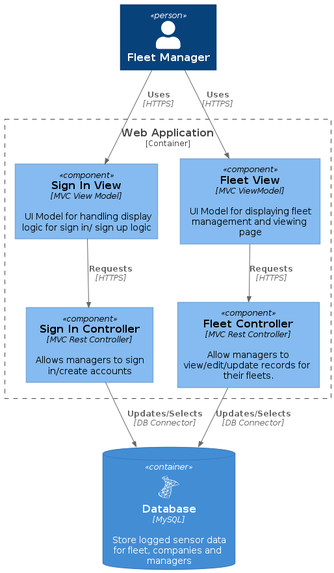
Earlier version of the PlantUML export docs/report/diag/webapp_component.png (tevoza/fleet-tracker).
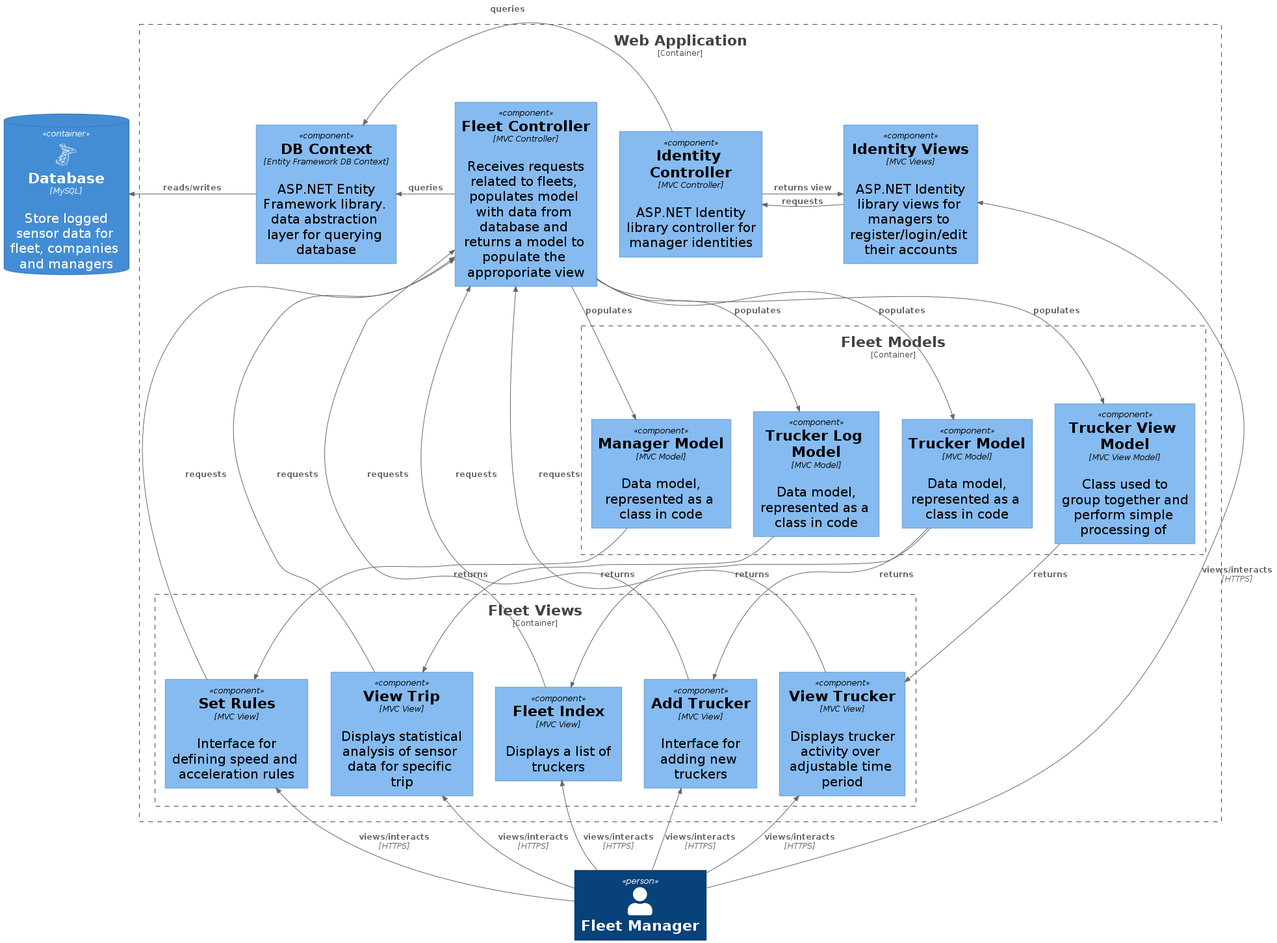
Above is the later version.

Diff of the diagram source:
```diff
@@ -1,4 +1,5 @@
 @startuml
+skinparam defaultFontSize 20
 !include https://raw.githubusercontent.com/plantuml-stdlib/C4-PlantUML/master/C4_Component.puml
 
 !define DEVICONS https://raw.githubusercontent.com/tupadr3/plantuml-icon-font-sprites/master/devicons
@@ -11,17 +12,58 @@
 Person(manager, "Fleet Manager")
 ContainerDb(db, "Database", "MySQL", "Store logged sensor data for fleet, companies and managers", $sprite="msql_server")
 Container_Boundary(cWebApp, "Web Application"){
-    Component(sign, "Sign In Controller", "MVC Rest Controller", "Allows managers to sign in/create accounts")
-    Component(signView, "Sign In View", "MVC View Model", "UI Model for handling display logic for sign in/ sign up logic")
-    Component(FleetController,"Fleet Controller", "MVC Rest Controller", "Allow managers to view/edit/update records for their fleets.")
-    Component(FleetView, "Fleet View", "MVC ViewModel", "UI Model for displaying fleet management and viewing page")
-    Rel(FleetView,FleetController, "Requests", "HTTPS")
-    Rel(signView,sign, "Requests", "HTTPS")
+
+    Component(FleetController,"Fleet Controller", "MVC Controller", "Receives requests related to fleets, populates model with data from database and returns a model to populate the approporiate view")
+    Component(IdentityController,"Identity Controller", "MVC Controller", "ASP.NET Identity library controller for manager identities")
+    Component(IdentityViews,"Identity Views", "MVC Views", "ASP.NET Identity library views for managers to register/login/edit their accounts")
+
+    Container_Boundary(cWebAppViews, "Fleet Views"){
+        Component(FleetViewIndex, "Fleet Index", "MVC View", "Displays a list of truckers")
+        Component(FleetViewAddTrucker, "Add Trucker", "MVC View", "Interface for adding new truckers")
+        Component(FleetViewSetRules, "Set Rules", "MVC View", "Interface for defining speed and acceleration rules")
+        Component(FleetViewViewTrucker, "View Trucker", "MVC View", "Displays trucker activity over adjustable time period")
+        Component(FleetViewViewTrip, "View Trip", "MVC View", "Displays statistical analysis of sensor data for specific trip")
+    }
+
+    Container_Boundary(cWebAppModels, "Fleet Models"){
+        Component(ModelManager, "Manager Model", "MVC Model", "Data model, represented as a class in code")
+        Component(ModelTrucker, "Trucker Model", "MVC Model", "Data model, represented as a class in code")
+        Component(ModelTruckerLog, "Trucker Log Model", "MVC Model", "Data model, represented as a class in code")
+        Component(ModelTruckerView, "Trucker View Model", "MVC View Model", "Class used to group together and perform simple processing of ")
+    }
+
+    Component(ApplicationDbContext, "DB Context", "Entity Framework DB Context", "ASP.NET Entity Framework library. data abstraction layer for querying database")
 }
 
-Rel(manager, FleetView, "Uses", "HTTPS")
-Rel(manager, signView, "Uses", "HTTPS")
-Rel(FleetController,db, "Updates/Selects", "DB Connector")
-Rel(sign,db, "Updates/Selects", "DB Connector")
+Rel_U(manager, FleetViewIndex, "views/interacts", "HTTPS")
+Rel_U(manager, FleetViewAddTrucker, "views/interacts", "HTTPS")
+Rel_U(manager, FleetViewSetRules, "views/interacts", "HTTPS")
+Rel_U(manager, FleetViewViewTrip, "views/interacts", "HTTPS")
+Rel_U(manager, FleetViewViewTrucker, "views/interacts", "HTTPS")
+
+Rel_U(manager, IdentityViews, "views/interacts", "HTTPS")
+Rel_L(IdentityViews, IdentityController, "requests")
+Rel_L(IdentityController, IdentityViews, "returns view")
+Rel_L(IdentityController,ApplicationDbContext, "queries")
+
+Rel_U(FleetViewIndex, FleetController, "requests")
+Rel_U(FleetViewAddTrucker, FleetController, "requests")
+Rel_U(FleetViewSetRules, FleetController, "requests")
+Rel_U(FleetViewViewTrip, FleetController, "requests")
+Rel_U(FleetViewViewTrucker, FleetController, "requests")
+
+Rel(FleetController, ModelManager , "populates")
+Rel(FleetController, ModelTrucker , "populates")
+Rel(FleetController, ModelTruckerLog , "populates")
+Rel(FleetController, ModelTruckerView , "populates")
+
+Rel(ModelTrucker, FleetViewIndex, "returns")
+Rel(ModelTrucker, FleetViewAddTrucker, "returns")
+Rel(ModelManager, FleetViewSetRules, "returns")
+Rel(ModelTruckerLog, FleetViewViewTrip, "returns")
+Rel(ModelTruckerView, FleetViewViewTrucker, "returns")
+
+Rel_L(ApplicationDbContext, db, "reads/writes")
+Rel_L(FleetController, ApplicationDbContext, "queries")
 
 @enduml
```
